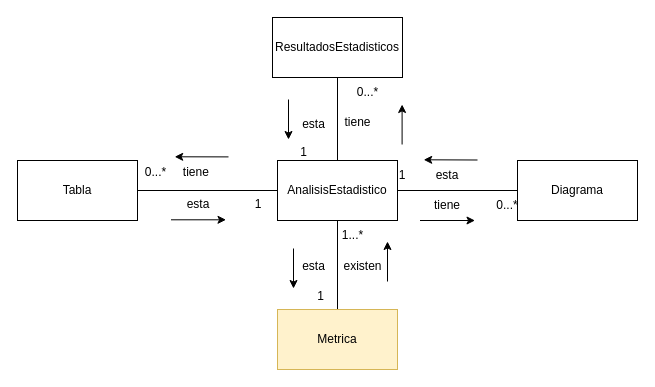
Above: page "AnemicModelStatistics" (4 of 14) of CoTasker_BoundedContext.drawio in Migue1409-KP/DOO-working-group (draw.io), before the change. Source tidied: cells renumbered, new cells numbered last; positions are measured from the earlier drawing's top-left corner, leaving out a move shared by most shapes. Both pictures are drawn from the tidied source at 100%, with x=0, y=0 at pixel (17, 17).
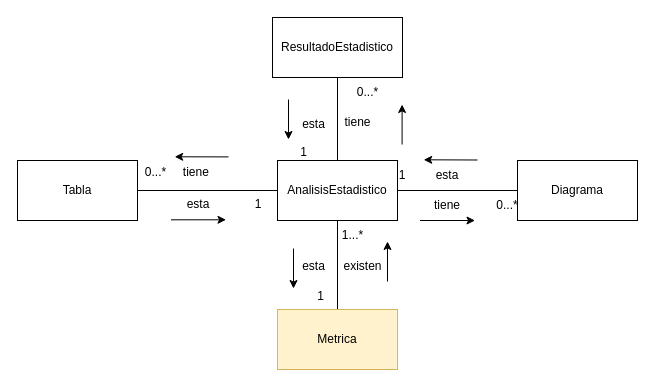
The same page after the edit.

Diff of the diagram source:
```diff
@@
-    <mxCell id="22" value="ResultadosEstadisticos" style="rounded=0;whiteSpace=wrap;html=1;" parent="1" vertex="1">
+    <mxCell id="22" value="ResultadoEstadistico" style="rounded=0;whiteSpace=wrap;html=1;" parent="1" vertex="1">
       <mxGeometry x="255" width="130" height="60" as="geometry" />
     </mxCell>
```
